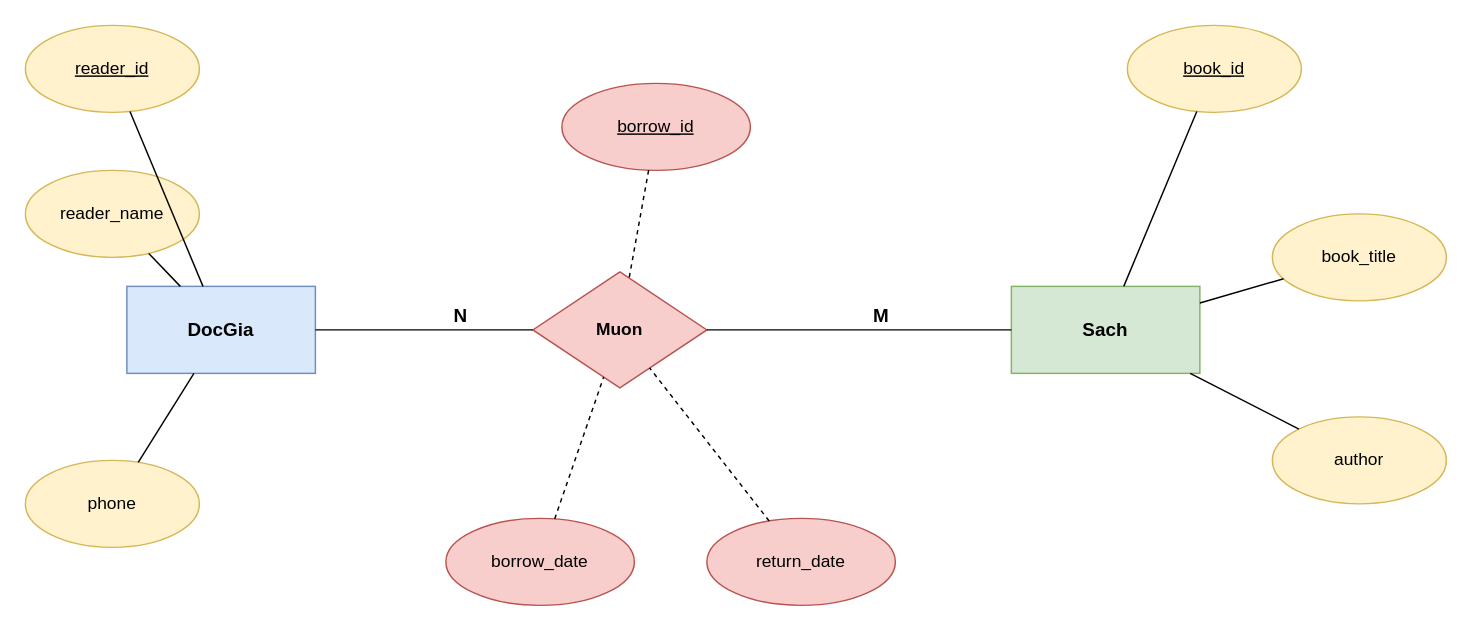
Before: Session03/exercise03.drawio in vung177/TSU260202_Module02, a draw.io diagram. Source tidied: cells renumbered, new cells numbered last; positions are measured from the earlier drawing's top-left corner, leaving out a move shared by most shapes. Both pictures are drawn from the tidied source at 145%, with x=0, y=0 at pixel (25, 25).
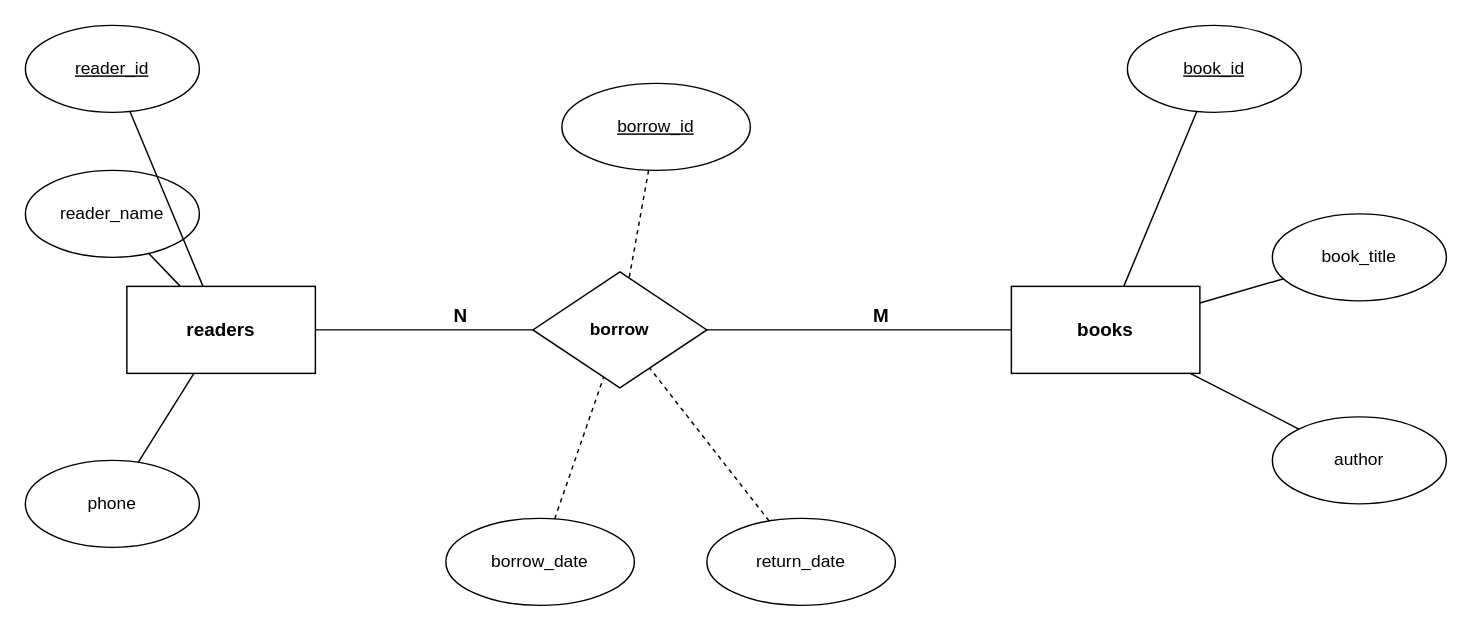
Above is the later version.

Diff of the diagram source:
```diff
@@
-    <mxCell id="2" value="DocGia" style="rounded=0;whiteSpace=wrap;html=1;fillColor=#dae8fc;strokeColor=#6c8ebf;fontStyle=1;fontSize=13;" parent="1" vertex="1">
+    <mxCell id="2" value="readers" style="rounded=0;whiteSpace=wrap;html=1;fontStyle=1;fontSize=13;" parent="1" vertex="1">
       <mxGeometry x="70" y="180" width="130" height="60" as="geometry" />
     </mxCell>
-    <mxCell id="3" value="&lt;u&gt;reader_id&lt;/u&gt;" style="ellipse;whiteSpace=wrap;html=1;fillColor=#fff2cc;strokeColor=#d6b656;" parent="1" vertex="1">
+    <mxCell id="3" value="&lt;u&gt;reader_id&lt;/u&gt;" style="ellipse;whiteSpace=wrap;html=1;" parent="1" vertex="1">
       <mxGeometry width="120" height="60" as="geometry" />
     </mxCell>
-    <mxCell id="4" value="reader_name" style="ellipse;whiteSpace=wrap;html=1;fillColor=#fff2cc;strokeColor=#d6b656;" parent="1" vertex="1">
+    <mxCell id="4" value="reader_name" style="ellipse;whiteSpace=wrap;html=1;" parent="1" vertex="1">
       <mxGeometry y="100" width="120" height="60" as="geometry" />
     </mxCell>
-    <mxCell id="5" value="phone" style="ellipse;whiteSpace=wrap;html=1;fillColor=#fff2cc;strokeColor=#d6b656;" parent="1" vertex="1">
+    <mxCell id="5" value="phone" style="ellipse;whiteSpace=wrap;html=1;" parent="1" vertex="1">
       <mxGeometry y="300" width="120" height="60" as="geometry" />
     </mxCell>
@@
-    <mxCell id="9" value="Muon" style="rhombus;whiteSpace=wrap;html=1;fillColor=#f8cecc;strokeColor=#b85450;fontStyle=1;fontSize=12;" parent="1" vertex="1">
+    <mxCell id="9" value="borrow" style="rhombus;whiteSpace=wrap;html=1;fontStyle=1;fontSize=12;" parent="1" vertex="1">
       <mxGeometry x="350" y="170" width="120" height="80" as="geometry" />
     </mxCell>
@@
-    <mxCell id="12" value="Sach" style="rounded=0;whiteSpace=wrap;html=1;fillColor=#d5e8d4;strokeColor=#82b366;fontStyle=1;fontSize=13;" parent="1" vertex="1">
+    <mxCell id="12" value="books" style="rounded=0;whiteSpace=wrap;html=1;fontStyle=1;fontSize=13;" parent="1" vertex="1">
       <mxGeometry x="680" y="180" width="130" height="60" as="geometry" />
     </mxCell>
@@
-    <mxCell id="15" value="&lt;u&gt;book_id&lt;/u&gt;" style="ellipse;whiteSpace=wrap;html=1;fillColor=#fff2cc;strokeColor=#d6b656;" parent="1" vertex="1">
+    <mxCell id="15" value="&lt;u&gt;book_id&lt;/u&gt;" style="ellipse;whiteSpace=wrap;html=1;" parent="1" vertex="1">
       <mxGeometry x="760" width="120" height="60" as="geometry" />
     </mxCell>
-    <mxCell id="16" value="book_title" style="ellipse;whiteSpace=wrap;html=1;fillColor=#fff2cc;strokeColor=#d6b656;" parent="1" vertex="1">
+    <mxCell id="16" value="book_title" style="ellipse;whiteSpace=wrap;html=1;" parent="1" vertex="1">
       <mxGeometry x="860" y="130" width="120" height="60" as="geometry" />
     </mxCell>
-    <mxCell id="17" value="author" style="ellipse;whiteSpace=wrap;html=1;fillColor=#fff2cc;strokeColor=#d6b656;" parent="1" vertex="1">
+    <mxCell id="17" value="author" style="ellipse;whiteSpace=wrap;html=1;" parent="1" vertex="1">
       <mxGeometry x="860" y="270" width="120" height="60" as="geometry" />
     </mxCell>
@@
-    <mxCell id="21" value="borrow_date" style="ellipse;whiteSpace=wrap;html=1;fillColor=#f8cecc;strokeColor=#b85450;" parent="1" vertex="1">
+    <mxCell id="21" value="borrow_date" style="ellipse;whiteSpace=wrap;html=1;" parent="1" vertex="1">
       <mxGeometry x="290" y="340" width="130" height="60" as="geometry" />
     </mxCell>
-    <mxCell id="22" value="return_date" style="ellipse;whiteSpace=wrap;html=1;fillColor=#f8cecc;strokeColor=#b85450;" parent="1" vertex="1">
+    <mxCell id="22" value="return_date" style="ellipse;whiteSpace=wrap;html=1;" parent="1" vertex="1">
       <mxGeometry x="470" y="340" width="130" height="60" as="geometry" />
     </mxCell>
-    <mxCell id="23" value="&lt;u&gt;borrow_id&lt;/u&gt;" style="ellipse;whiteSpace=wrap;html=1;fillColor=#f8cecc;strokeColor=#b85450;" parent="1" vertex="1">
+    <mxCell id="23" value="&lt;u&gt;borrow_id&lt;/u&gt;" style="ellipse;whiteSpace=wrap;html=1;" parent="1" vertex="1">
       <mxGeometry x="370" y="40" width="130" height="60" as="geometry" />
     </mxCell>
```
